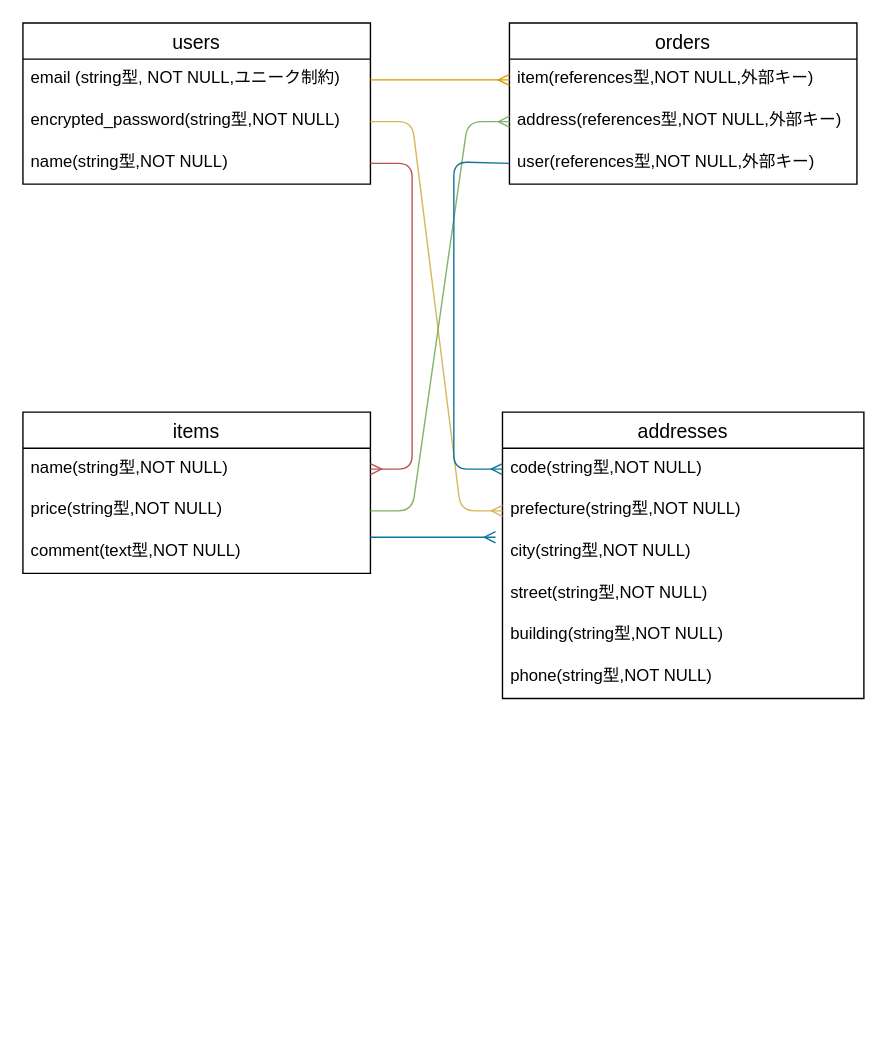
This is furima.dio from ryusi11/furima-39611, a draw.io file, before an edit. Source tidied: cells renumbered, new cells numbered last; positions are measured from the earlier drawing's top-left corner, leaving out a move shared by most shapes. Both pictures are drawn from the tidied source at 139%, with x=0, y=0 at pixel (22, 22).
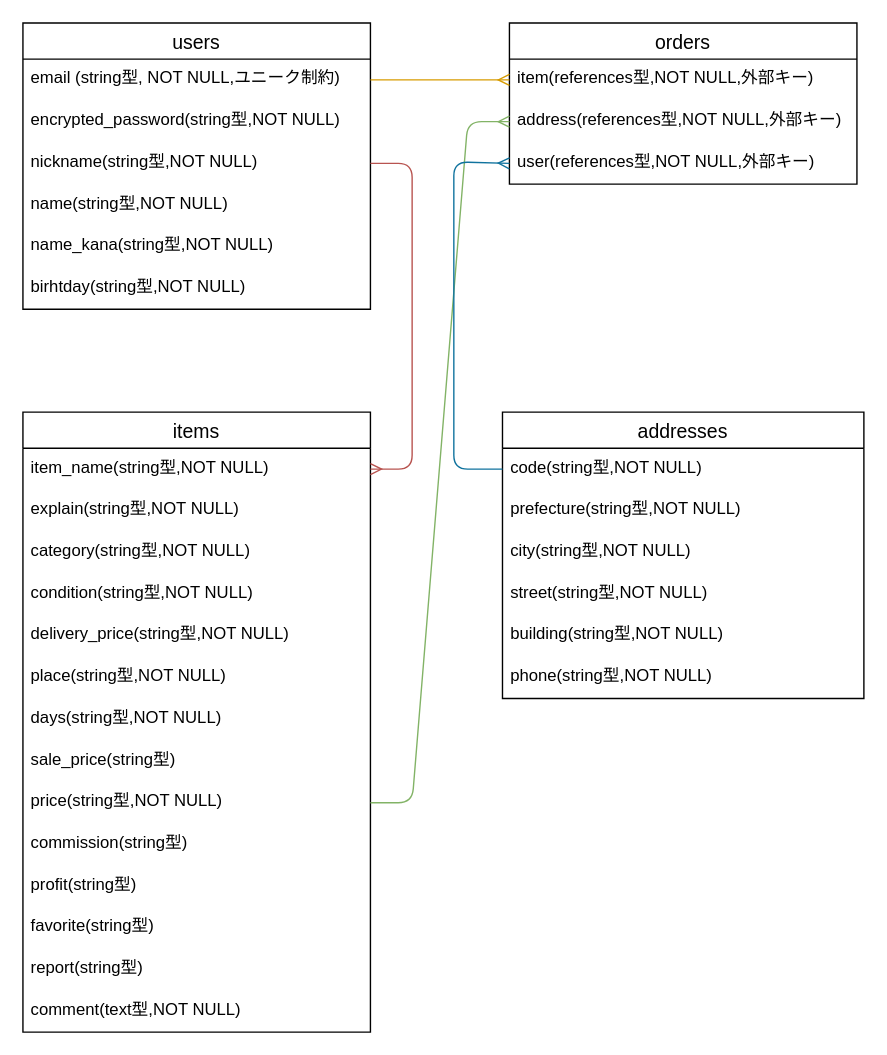
Above is the later version.

Commit message (it also covers changes not shown here):
データベース設計b

Unchanged cells that the change refers to:
```xml
<mxCell id="9" value="user(references型,NOT NULL,外部キー)" style="text;strokeColor=none;fillColor=none;spacingLeft=4;spacingRight=4;overflow=hidden;points=[[0,0.5],[1,0.5]];portConstraint=eastwest;fontSize=12;" parent="6" vertex="1">
  <mxGeometry y="86" width="250" height="30" as="geometry" />
</mxCell>
<mxCell id="12" value="encrypted_password(string型,NOT NULL)" style="text;strokeColor=none;fillColor=none;spacingLeft=4;spacingRight=4;overflow=hidden;points=[[0,0.5],[1,0.5]];portConstraint=eastwest;fontSize=12;" parent="10" vertex="1">
  <mxGeometry y="56" width="250" height="30" as="geometry" />
</mxCell>
<mxCell id="15" value="code(string型,NOT NULL)" style="text;strokeColor=none;fillColor=none;spacingLeft=4;spacingRight=4;overflow=hidden;points=[[0,0.5],[1,0.5]];portConstraint=eastwest;fontSize=12;" parent="14" vertex="1">
  <mxGeometry y="26" width="260" height="30" as="geometry" />
</mxCell>
<mxCell id="16" value="prefecture(string型,NOT NULL)" style="text;strokeColor=none;fillColor=none;spacingLeft=4;spacingRight=4;overflow=hidden;points=[[0,0.5],[1,0.5]];portConstraint=eastwest;fontSize=12;" parent="14" vertex="1">
  <mxGeometry y="56" width="260" height="30" as="geometry" />
</mxCell>
```

The edit, as a diff of the source:
```diff
@@
     <mxCell id="2" value="items" style="swimlane;fontStyle=0;horizontal=1;startSize=26;align=center;fontSize=14;" parent="1" vertex="1">
-      <mxGeometry y="280" width="250" height="116" as="geometry" />
+      <mxGeometry y="280" width="250" height="446" as="geometry" />
     </mxCell>
-    <mxCell id="3" value="name(string型,NOT NULL)" style="text;strokeColor=none;fillColor=none;spacingLeft=4;spacingRight=4;overflow=hidden;points=[[0,0.5],[1,0.5]];portConstraint=eastwest;fontSize=12;" parent="2" vertex="1">
+    <mxCell id="3" value="item_name(string型,NOT NULL)" style="text;strokeColor=none;fillColor=none;spacingLeft=4;spacingRight=4;overflow=hidden;points=[[0,0.5],[1,0.5]];portConstraint=eastwest;fontSize=12;" parent="2" vertex="1">
       <mxGeometry y="26" width="250" height="30" as="geometry" />
     </mxCell>
+    <mxCell id="27" value="explain(string型,NOT NULL)" style="text;strokeColor=none;fillColor=none;spacingLeft=4;spacingRight=4;overflow=hidden;fontSize=12;" parent="2" vertex="1">
+      <mxGeometry y="56" width="250" height="30" as="geometry" />
+    </mxCell>
+    <mxCell id="28" value="category(string型,NOT NULL)" style="text;strokeColor=none;fillColor=none;spacingLeft=4;spacingRight=4;overflow=hidden;fontSize=12;" parent="2" vertex="1">
+      <mxGeometry y="86" width="250" height="30" as="geometry" />
+    </mxCell>
+    <mxCell id="29" value="condition(string型,NOT NULL)" style="text;strokeColor=none;fillColor=none;spacingLeft=4;spacingRight=4;overflow=hidden;fontSize=12;" parent="2" vertex="1">
+      <mxGeometry y="116" width="250" height="30" as="geometry" />
+    </mxCell>
+    <mxCell id="30" value="delivery_price(string型,NOT NULL)" style="text;strokeColor=none;fillColor=none;spacingLeft=4;spacingRight=4;overflow=hidden;fontSize=12;" parent="2" vertex="1">
+      <mxGeometry y="146" width="250" height="30" as="geometry" />
+    </mxCell>
+    <mxCell id="31" value="place(string型,NOT NULL)" style="text;strokeColor=none;fillColor=none;spacingLeft=4;spacingRight=4;overflow=hidden;fontSize=12;" parent="2" vertex="1">
+      <mxGeometry y="176" width="250" height="30" as="geometry" />
+    </mxCell>
+    <mxCell id="32" value="days(string型,NOT NULL)" style="text;strokeColor=none;fillColor=none;spacingLeft=4;spacingRight=4;overflow=hidden;fontSize=12;" parent="2" vertex="1">
+      <mxGeometry y="206" width="250" height="30" as="geometry" />
+    </mxCell>
+    <mxCell id="33" value="sale_price(string型)" style="text;strokeColor=none;fillColor=none;spacingLeft=4;spacingRight=4;overflow=hidden;fontSize=12;" parent="2" vertex="1">
+      <mxGeometry y="236" width="250" height="30" as="geometry" />
+    </mxCell>
     <mxCell id="4" value="price(string型,NOT NULL)" style="text;strokeColor=none;fillColor=none;spacingLeft=4;spacingRight=4;overflow=hidden;points=[[0,0.5],[1,0.5]];portConstraint=eastwest;fontSize=12;" parent="2" vertex="1">
-      <mxGeometry y="56" width="250" height="30" as="geometry" />
+      <mxGeometry y="266" width="250" height="30" as="geometry" />
     </mxCell>
+    <mxCell id="34" value="commission(string型)" style="text;strokeColor=none;fillColor=none;spacingLeft=4;spacingRight=4;overflow=hidden;fontSize=12;" parent="2" vertex="1">
+      <mxGeometry y="296" width="250" height="30" as="geometry" />
+    </mxCell>
+    <mxCell id="35" value="profit(string型)" style="text;strokeColor=none;fillColor=none;spacingLeft=4;spacingRight=4;overflow=hidden;fontSize=12;" parent="2" vertex="1">
+      <mxGeometry y="326" width="250" height="30" as="geometry" />
+    </mxCell>
+    <mxCell id="36" value="favorite(string型)" style="text;strokeColor=none;fillColor=none;spacingLeft=4;spacingRight=4;overflow=hidden;fontSize=12;" parent="2" vertex="1">
+      <mxGeometry y="356" width="250" height="30" as="geometry" />
+    </mxCell>
+    <mxCell id="37" value="report(string型)" style="text;strokeColor=none;fillColor=none;spacingLeft=4;spacingRight=4;overflow=hidden;fontSize=12;" parent="2" vertex="1">
+      <mxGeometry y="386" width="250" height="30" as="geometry" />
+    </mxCell>
     <mxCell id="5" value="comment(text型,NOT NULL)" style="text;strokeColor=none;fillColor=none;spacingLeft=4;spacingRight=4;overflow=hidden;fontSize=12;" parent="2" vertex="1">
-      <mxGeometry y="86" width="250" height="30" as="geometry" />
+      <mxGeometry y="416" width="250" height="30" as="geometry" />
     </mxCell>
@@
     <mxCell id="10" value="users" style="swimlane;fontStyle=0;horizontal=1;startSize=26;align=center;fontSize=14;" parent="1" vertex="1">
-      <mxGeometry width="250" height="116" as="geometry" />
+      <mxGeometry width="250" height="206" as="geometry" />
     </mxCell>
@@
-    <mxCell id="13" value="name(string型,NOT NULL)" style="text;strokeColor=none;fillColor=none;spacingLeft=4;spacingRight=4;overflow=hidden;points=[[0,0.5],[1,0.5]];portConstraint=eastwest;fontSize=12;" parent="10" vertex="1">
+    <mxCell id="13" value="nickname(string型,NOT NULL)" style="text;strokeColor=none;fillColor=none;spacingLeft=4;spacingRight=4;overflow=hidden;points=[[0,0.5],[1,0.5]];portConstraint=eastwest;fontSize=12;" parent="10" vertex="1">
       <mxGeometry y="86" width="250" height="30" as="geometry" />
     </mxCell>
+    <mxCell id="38" value="name(string型,NOT NULL)" style="text;strokeColor=none;fillColor=none;spacingLeft=4;spacingRight=4;overflow=hidden;fontSize=12;" parent="10" vertex="1">
+      <mxGeometry y="116" width="250" height="30" as="geometry" />
+    </mxCell>
+    <mxCell id="39" value="name_kana(string型,NOT NULL)" style="text;strokeColor=none;fillColor=none;spacingLeft=4;spacingRight=4;overflow=hidden;fontSize=12;" parent="10" vertex="1">
+      <mxGeometry y="146" width="250" height="30" as="geometry" />
+    </mxCell>
+    <mxCell id="40" value="birhtday(string型,NOT NULL)" style="text;strokeColor=none;fillColor=none;spacingLeft=4;spacingRight=4;overflow=hidden;fontSize=12;" parent="10" vertex="1">
+      <mxGeometry y="176" width="250" height="30" as="geometry" />
+    </mxCell>
@@
-    <mxCell id="22" style="edgeStyle=entityRelationEdgeStyle;fontSize=12;html=1;endArrow=ERmany;exitX=1;exitY=0.5;exitDx=0;exitDy=0;fillColor=#fff2cc;strokeColor=#d6b656;entryX=0;entryY=0.5;entryDx=0;entryDy=0;" parent="1" edge="1" source="12" target="16">
-      <mxGeometry relative="1" as="geometry" />
-    </mxCell>
@@
-    <mxCell id="25" style="edgeStyle=entityRelationEdgeStyle;fontSize=12;html=1;endArrow=ERmany;fillColor=#b1ddf0;strokeColor=#10739e;" parent="1" edge="1">
-      <mxGeometry relative="1" as="geometry">
-        <mxPoint x="250" y="370" as="sourcePoint" />
-        <mxPoint x="340" y="370" as="targetPoint" />
-      </mxGeometry>
-    </mxCell>
-    <mxCell id="26" style="fontSize=12;html=1;endArrow=none;endFill=0;entryX=0;entryY=0.5;entryDx=0;entryDy=0;exitX=0;exitY=0.5;exitDx=0;exitDy=0;startArrow=ERmany;startFill=0;fillColor=#b1ddf0;strokeColor=#10739e;" parent="1" edge="1" source="15" target="9">
+    <mxCell id="26" style="fontSize=12;html=1;endArrow=ERmany;endFill=0;entryX=0;entryY=0.5;entryDx=0;entryDy=0;exitX=0;exitY=0.5;exitDx=0;exitDy=0;startArrow=none;startFill=0;fillColor=#b1ddf0;strokeColor=#10739e;" parent="1" edge="1" source="15" target="9">
       <mxGeometry relative="1" as="geometry">
         <Array as="points">
           <mxPoint x="310" y="321" />
           <mxPoint x="310" y="210" />
           <mxPoint x="310" y="100" />
         </Array>
       </mxGeometry>
     </mxCell>
```
